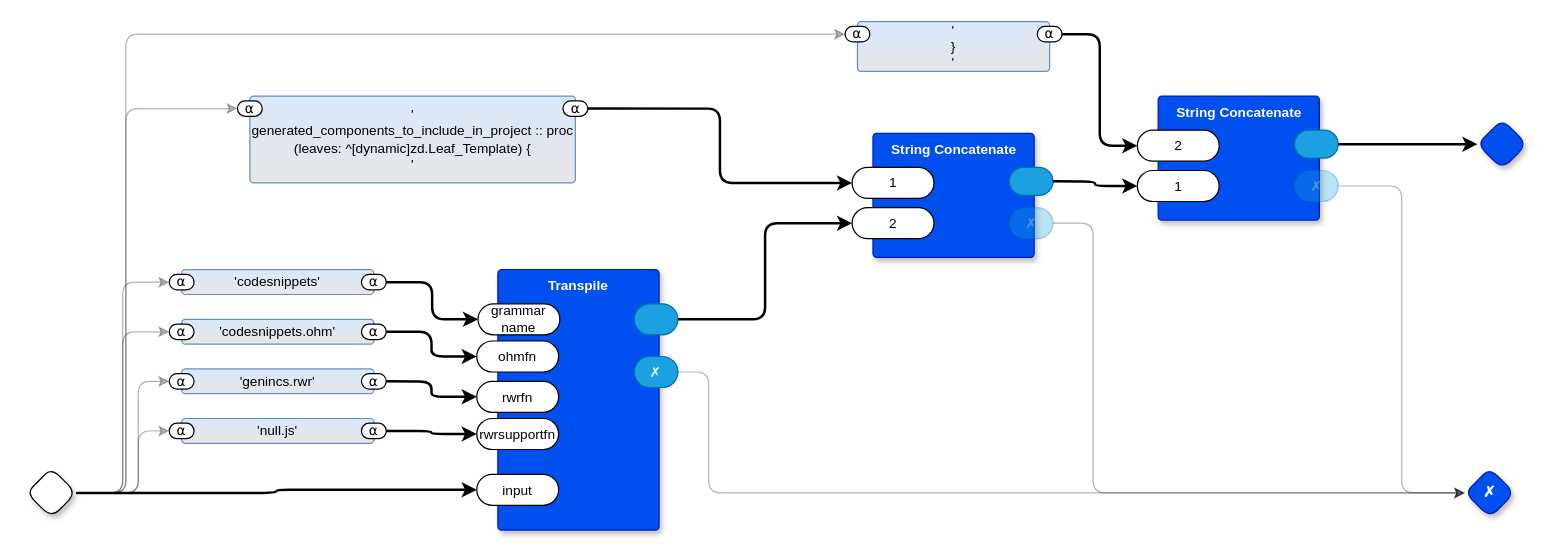
This is page "Generate Includes" (8 of 16) of gen0d.drawio from guitarvydas/gen0d, a draw.io file, before an edit. Source tidied: cells renumbered, new cells numbered last; positions are measured from the earlier drawing's top-left corner, leaving out a move shared by most shapes. Both pictures are drawn from the tidied source at 124%, with x=0, y=0 at pixel (26, 21).
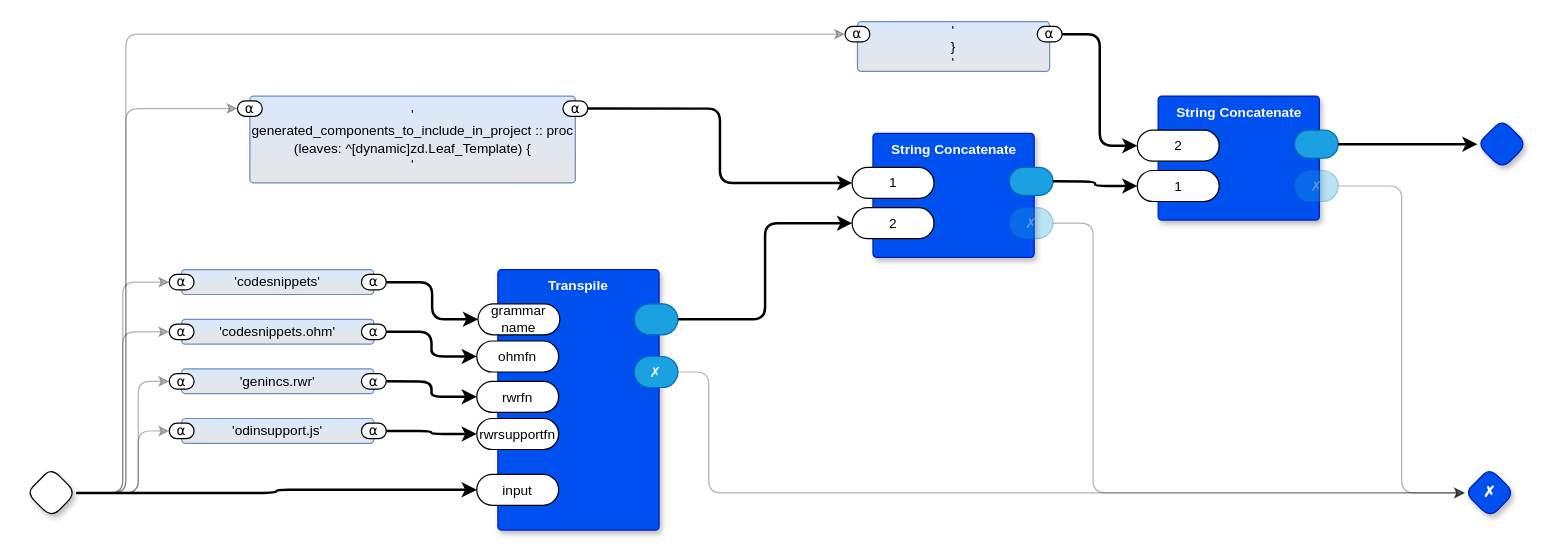
Above is the later version.

The edit, as a diff of the source:
```diff
@@
-    <mxCell id="33" value="'null.js'" style="rounded=1;whiteSpace=wrap;html=1;sketch=0;verticalAlign=middle;arcSize=6;fontStyle=0;absoluteArcSize=1;shadow=0;strokeColor=#6c8ebf;fillColor=#dae8fc;fontFamily=Helvetica;fontSize=11;gradientColor=#E6E6E6;fontColor=default;" parent="1" vertex="1">
+    <mxCell id="33" value="'odinsupport.js'" style="rounded=1;whiteSpace=wrap;html=1;sketch=0;verticalAlign=middle;arcSize=6;fontStyle=0;absoluteArcSize=1;shadow=0;strokeColor=#6c8ebf;fillColor=#dae8fc;fontFamily=Helvetica;fontSize=11;gradientColor=#E6E6E6;fontColor=default;" parent="1" vertex="1">
       <mxGeometry x="125" y="320" width="155" height="20" as="geometry" />
     </mxCell>
```
